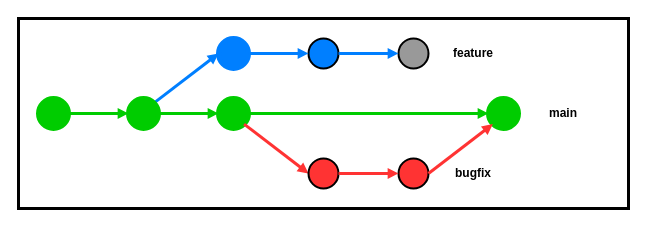
Before: page "debug_after" (1 of 3) of diagrams/contributing/exp_debug.drawio in yuukougun/procon-sandbox, a draw.io diagram. Source tidied: cells renumbered, new cells numbered last; positions are measured from the earlier drawing's top-left corner, leaving out a move shared by most shapes. Both pictures are drawn from the tidied source at 100%, with x=0, y=0 at pixel (18, 18).
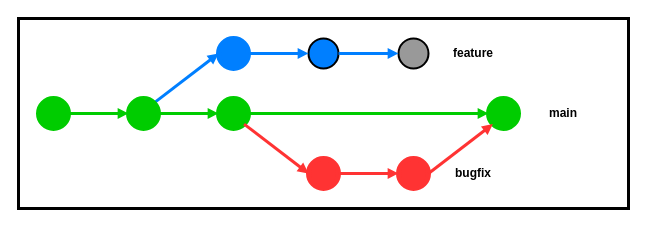
Above is the later version.

Diff of the diagram source:
```diff
@@
-    <mxCell id="18" style="ellipse;whiteSpace=wrap;html=1;strokeWidth=2;strokeColor=#000000;fillColor=#FF3333;perimeterSpacing=0;fillStyle=auto;shadow=0;fontColor=#ffffff;" parent="1" vertex="1">
+    <mxCell id="18" style="ellipse;whiteSpace=wrap;html=1;strokeWidth=5;strokeColor=#FF3333;fillColor=#FF3333;perimeterSpacing=0;fillStyle=auto;shadow=0;fontColor=#ffffff;" parent="1" vertex="1">
       <mxGeometry x="290" y="140" width="30" height="30" as="geometry" />
     </mxCell>
-    <mxCell id="19" style="ellipse;whiteSpace=wrap;html=1;strokeWidth=2;strokeColor=#000000;fillColor=#FF3333;perimeterSpacing=0;fillStyle=auto;shadow=0;fontColor=#ffffff;" parent="1" vertex="1">
+    <mxCell id="19" style="ellipse;whiteSpace=wrap;html=1;strokeWidth=5;strokeColor=#FF3333;fillColor=#FF3333;perimeterSpacing=0;fillStyle=auto;shadow=0;fontColor=#ffffff;" parent="1" vertex="1">
       <mxGeometry x="380" y="140" width="30" height="30" as="geometry" />
     </mxCell>
```
